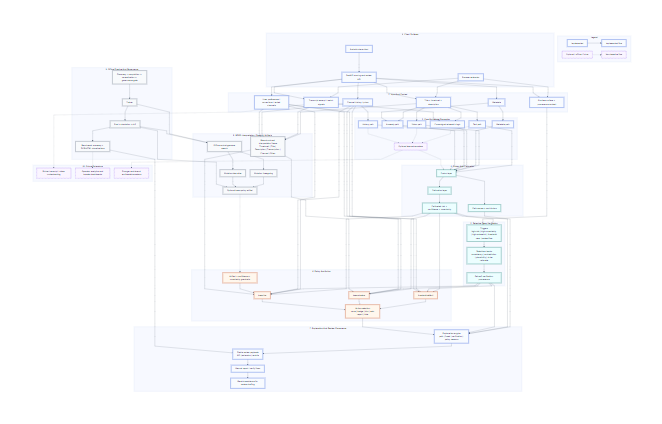
pt2710/TruthLens keeps this Mermaid diagram as docs/architecture/truthlens-architecture-blueprint.png. Above is the earlier version. Its source is kept beside it as docs/architecture/truthlens-architecture-blueprint.mmd.
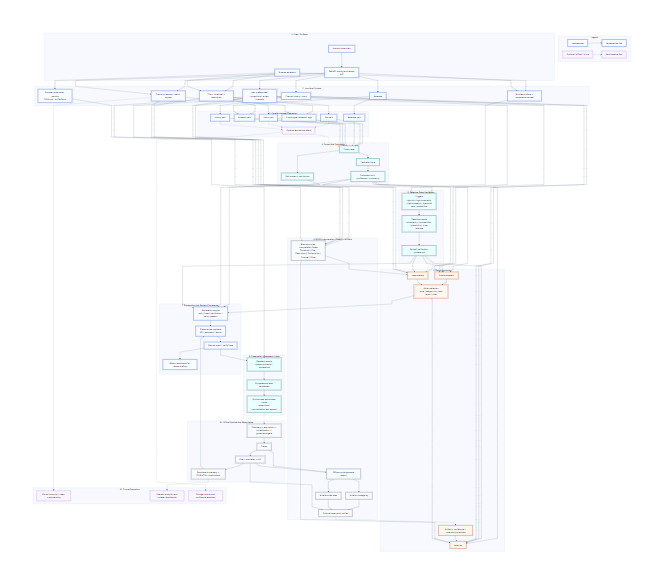
Later version of the same file.

The edit, as a diff of the source:
```diff
@@ -38,15 +38,17 @@
 subgraph inputs["2. Input And Context"]
   package["Title + thumbnail + description"]
   transcript["Transcript excerpt / watch signals"]
+  browser_obs["Browser observation records<br/>DOM only, no DevTools"]
   metadata["Metadata"]
   channel["Channel history / priors"]
   user_ctx["User preferences / corrections / muted channels"]
   runtime_ctx["Runtime surface + provenance context"]
 end
-class package,transcript,metadata,channel,user_ctx,runtime_ctx implemented
+class package,transcript,browser_obs,metadata,channel,user_ctx,runtime_ctx implemented
 
 extension --> package
 extension --> transcript
+extension --> browser_obs
 extension --> runtime_ctx
 mobile --> api
 api --> package
@@ -150,7 +152,18 @@
 explanation_engine --> review_payloads --> manual_review
 manual_review --> gemini
 
-subgraph bseo_layer["8. BSEO Interpretation / Search / Artifacts"]
+subgraph intake["8. Observation / Feedback Intake"]
+  feedback_events["Feedback events<br/>shared contracts + provenance"]
+  label_candidates["Supplemental label candidates"]
+  split_safety["Split-blocked adjudicated intake<br/>never direct train/validation/test append"]
+end
+class feedback_events,label_candidates,split_safety contract
+
+browser_obs --> feedback_events
+manual_review --> feedback_events
+feedback_events --> label_candidates --> split_safety
+
+subgraph bseo_layer["9. BSEO Interpretation / Search / Artifacts"]
   bseo_frame["Bias-structured interpretation frame<br/>Thumbnail | Title | Description | Transcription | Channel | Other"]
   bseo_search["Offline control-genome search"]
   lineage["Mutation lineage log"]
@@ -171,7 +184,7 @@
 atlas --> bseo_policy_artifact
 bseo_policy_artifact -.-> guardrails
 
-subgraph offline_pipeline["9. Offline Pipeline And Governance"]
+subgraph offline_pipeline["10. Offline Pipeline And Governance"]
   governance["Discovery -> acquisition -> normalization -> governance gate"]
   trainer["Trainer"]
   evals["Eval + simulation + drift"]
@@ -180,12 +193,13 @@
 class governance,trainer,evals,benchmark offline
 
 governance --> trainer --> evals --> benchmark
+split_safety -.-> governance
 trainer --> bseo_search
 evals --> bseo_search
 evals --> bseo_policy_artifact
 benchmark --> review_payloads
 
-subgraph future_stack["10. Future Extensions"]
+subgraph future_stack["11. Future Extensions"]
   richer_video["Richer transcript / video understanding"]
   deeper_analytics["Operator analytics and broader dashboards"]
   stronger_multimodal["Stronger end-to-end multimodal encoders"]
```
